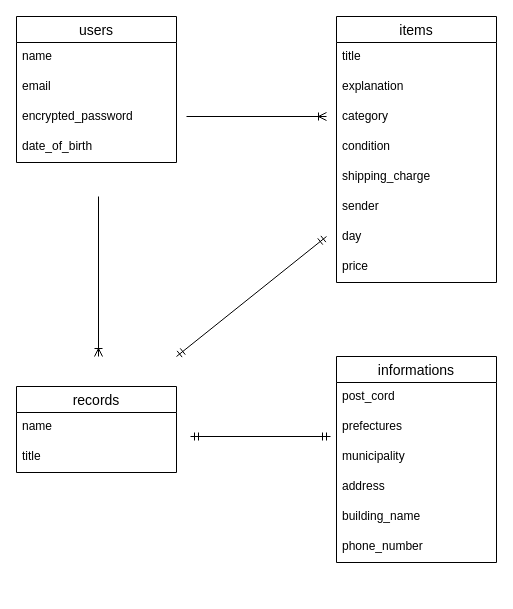
The draw.io diagram test.dio in clorop111/furima-38252, before the edit. Source tidied: cells renumbered, new cells numbered last; positions are measured from the earlier drawing's top-left corner, leaving out a move shared by most shapes. Both pictures are drawn from the tidied source at 100%, with x=0, y=0 at pixel (16, 16).
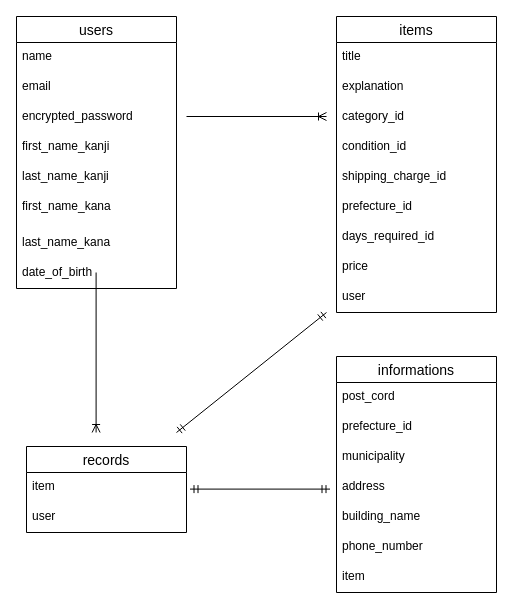
Above is the later version.

The edit, as a diff of the source:
```diff
@@
     <mxCell id="2" value="items" style="swimlane;fontStyle=0;horizontal=1;startSize=26;align=center;fontSize=14;" parent="1" vertex="1">
-      <mxGeometry x="320" width="160" height="266" as="geometry" />
+      <mxGeometry x="320" width="160" height="296" as="geometry" />
     </mxCell>
@@
-    <mxCell id="5" value="category" style="text;strokeColor=none;fillColor=none;spacingLeft=4;spacingRight=4;overflow=hidden;fontSize=12;" parent="2" vertex="1">
+    <mxCell id="5" value="category_id" style="text;strokeColor=none;fillColor=none;spacingLeft=4;spacingRight=4;overflow=hidden;fontSize=12;" parent="2" vertex="1">
       <mxGeometry y="86" width="160" height="30" as="geometry" />
     </mxCell>
-    <mxCell id="6" value="condition" style="text;strokeColor=none;fillColor=none;spacingLeft=4;spacingRight=4;overflow=hidden;fontSize=12;" parent="2" vertex="1">
+    <mxCell id="6" value="condition_id" style="text;strokeColor=none;fillColor=none;spacingLeft=4;spacingRight=4;overflow=hidden;fontSize=12;" parent="2" vertex="1">
       <mxGeometry y="116" width="160" height="30" as="geometry" />
     </mxCell>
-    <mxCell id="7" value="shipping_charge" style="text;strokeColor=none;fillColor=none;spacingLeft=4;spacingRight=4;overflow=hidden;fontSize=12;" parent="2" vertex="1">
+    <mxCell id="7" value="shipping_charge_id" style="text;strokeColor=none;fillColor=none;spacingLeft=4;spacingRight=4;overflow=hidden;fontSize=12;" parent="2" vertex="1">
       <mxGeometry y="146" width="160" height="30" as="geometry" />
     </mxCell>
-    <mxCell id="8" value="sender" style="text;strokeColor=none;fillColor=none;spacingLeft=4;spacingRight=4;overflow=hidden;fontSize=12;" parent="2" vertex="1">
+    <mxCell id="8" value=" prefecture_id" style="text;strokeColor=none;fillColor=none;spacingLeft=4;spacingRight=4;overflow=hidden;fontSize=12;" parent="2" vertex="1">
       <mxGeometry y="176" width="160" height="30" as="geometry" />
     </mxCell>
-    <mxCell id="9" value="day" style="text;strokeColor=none;fillColor=none;spacingLeft=4;spacingRight=4;overflow=hidden;fontSize=12;" parent="2" vertex="1">
+    <mxCell id="9" value="days_required_id" style="text;strokeColor=none;fillColor=none;spacingLeft=4;spacingRight=4;overflow=hidden;fontSize=12;" parent="2" vertex="1">
       <mxGeometry y="206" width="160" height="30" as="geometry" />
     </mxCell>
@@
+    <mxCell id="30" value="user" style="text;strokeColor=none;fillColor=none;spacingLeft=4;spacingRight=4;overflow=hidden;fontSize=12;" parent="2" vertex="1">
+      <mxGeometry y="266" width="160" height="30" as="geometry" />
+    </mxCell>
     <mxCell id="11" value="users" style="swimlane;fontStyle=0;horizontal=1;startSize=26;align=center;fontSize=14;" parent="1" vertex="1">
-      <mxGeometry width="160" height="146" as="geometry" />
+      <mxGeometry width="160" height="272" as="geometry" />
     </mxCell>
-    <mxCell id="12" value="name" style="text;strokeColor=none;fillColor=none;spacingLeft=4;spacingRight=4;overflow=hidden;fontSize=12;" parent="11" vertex="1">
-      <mxGeometry y="26" width="160" height="30" as="geometry" />
-    </mxCell>
+    <mxCell id="31" value="name" style="text;strokeColor=none;fillColor=none;spacingLeft=4;spacingRight=4;overflow=hidden;fontSize=12;" parent="11" vertex="1">
+      <mxGeometry y="26" width="160" height="30" as="geometry" />
+    </mxCell>
@@
+    <mxCell id="12" value="first_name_kanji" style="text;strokeColor=none;fillColor=none;spacingLeft=4;spacingRight=4;overflow=hidden;fontSize=12;" parent="11" vertex="1">
+      <mxGeometry y="116" width="160" height="30" as="geometry" />
+    </mxCell>
+    <mxCell id="32" value="last_name_kanji" style="text;strokeColor=none;fillColor=none;spacingLeft=4;spacingRight=4;overflow=hidden;fontSize=12;" parent="11" vertex="1">
+      <mxGeometry y="146" width="160" height="30" as="geometry" />
+    </mxCell>
+    <mxCell id="33" value="first_name_kana" style="text;strokeColor=none;fillColor=none;spacingLeft=4;spacingRight=4;overflow=hidden;fontSize=12;" parent="11" vertex="1">
+      <mxGeometry y="176" width="160" height="36" as="geometry" />
+    </mxCell>
+    <mxCell id="34" value="last_name_kana" style="text;strokeColor=none;fillColor=none;spacingLeft=4;spacingRight=4;overflow=hidden;fontSize=12;" parent="11" vertex="1">
+      <mxGeometry y="212" width="160" height="30" as="geometry" />
+    </mxCell>
     <mxCell id="15" value="date_of_birth" style="text;strokeColor=none;fillColor=none;spacingLeft=4;spacingRight=4;overflow=hidden;fontSize=12;" parent="11" vertex="1">
-      <mxGeometry y="116" width="160" height="30" as="geometry" />
+      <mxGeometry y="242" width="160" height="30" as="geometry" />
     </mxCell>
     <mxCell id="16" value="records" style="swimlane;fontStyle=0;horizontal=1;startSize=26;align=center;fontSize=14;" parent="1" vertex="1">
-      <mxGeometry y="370" width="160" height="86" as="geometry" />
+      <mxGeometry x="10" y="430" width="160" height="86" as="geometry" />
     </mxCell>
-    <mxCell id="17" value="name" style="text;strokeColor=none;fillColor=none;spacingLeft=4;spacingRight=4;overflow=hidden;fontSize=12;" parent="16" vertex="1">
+    <mxCell id="17" value="item" style="text;strokeColor=none;fillColor=none;spacingLeft=4;spacingRight=4;overflow=hidden;fontSize=12;" parent="16" vertex="1">
       <mxGeometry y="26" width="160" height="30" as="geometry" />
     </mxCell>
-    <mxCell id="18" value="title" style="text;strokeColor=none;fillColor=none;spacingLeft=4;spacingRight=4;overflow=hidden;fontSize=12;" parent="16" vertex="1">
+    <mxCell id="18" value="user" style="text;strokeColor=none;fillColor=none;spacingLeft=4;spacingRight=4;overflow=hidden;fontSize=12;" parent="16" vertex="1">
       <mxGeometry y="56" width="160" height="30" as="geometry" />
     </mxCell>
     <mxCell id="19" value="informations" style="swimlane;fontStyle=0;horizontal=1;startSize=26;align=center;fontSize=14;" parent="1" vertex="1">
-      <mxGeometry x="320" y="340" width="160" height="206" as="geometry" />
+      <mxGeometry x="320" y="340" width="160" height="236" as="geometry" />
     </mxCell>
@@
-    <mxCell id="21" value="prefectures" style="text;strokeColor=none;fillColor=none;spacingLeft=4;spacingRight=4;overflow=hidden;fontSize=12;" parent="19" vertex="1">
+    <mxCell id="21" value="prefecture_id" style="text;strokeColor=none;fillColor=none;spacingLeft=4;spacingRight=4;overflow=hidden;fontSize=12;" parent="19" vertex="1">
       <mxGeometry y="56" width="160" height="30" as="geometry" />
     </mxCell>
@@
-    <mxCell id="24" value="building_name" style="text;strokeColor=none;fillColor=none;spacingLeft=4;spacingRight=4;overflow=hidden;fontSize=12;" parent="19" vertex="1">
+    <mxCell id="24" value=" building_name" style="text;strokeColor=none;fillColor=none;spacingLeft=4;spacingRight=4;overflow=hidden;fontSize=12;" parent="19" vertex="1">
       <mxGeometry y="146" width="160" height="30" as="geometry" />
     </mxCell>
@@
+    <mxCell id="35" value="item" style="text;strokeColor=none;fillColor=none;spacingLeft=4;spacingRight=4;overflow=hidden;fontSize=12;" parent="19" vertex="1">
+      <mxGeometry y="206" width="160" height="30" as="geometry" />
+    </mxCell>
@@
     <mxCell id="27" style="fontSize=12;html=1;endArrow=ERoneToMany;" parent="1" edge="1">
       <mxGeometry relative="1" as="geometry">
-        <mxPoint x="82" y="180" as="sourcePoint" />
-        <mxPoint x="82" y="340" as="targetPoint" />
+        <mxPoint x="79.6" y="256" as="sourcePoint" />
+        <mxPoint x="79.6" y="416" as="targetPoint" />
       </mxGeometry>
     </mxCell>
     <mxCell id="28" style="fontSize=12;html=1;endArrow=ERmandOne;startArrow=ERmandOne;" parent="1" edge="1">
       <mxGeometry relative="1" as="geometry">
-        <mxPoint x="160" y="340" as="sourcePoint" />
-        <mxPoint x="310" y="220" as="targetPoint" />
+        <mxPoint x="160" y="416" as="sourcePoint" />
+        <mxPoint x="310" y="296" as="targetPoint" />
       </mxGeometry>
     </mxCell>
     <mxCell id="29" style="fontSize=12;html=1;endArrow=ERmandOne;startArrow=ERmandOne;" parent="1" edge="1">
       <mxGeometry relative="1" as="geometry">
-        <mxPoint x="174" y="420" as="sourcePoint" />
-        <mxPoint x="314" y="420" as="targetPoint" />
+        <mxPoint x="173.5" y="472.6" as="sourcePoint" />
+        <mxPoint x="313.5" y="472.6" as="targetPoint" />
       </mxGeometry>
     </mxCell>
```
